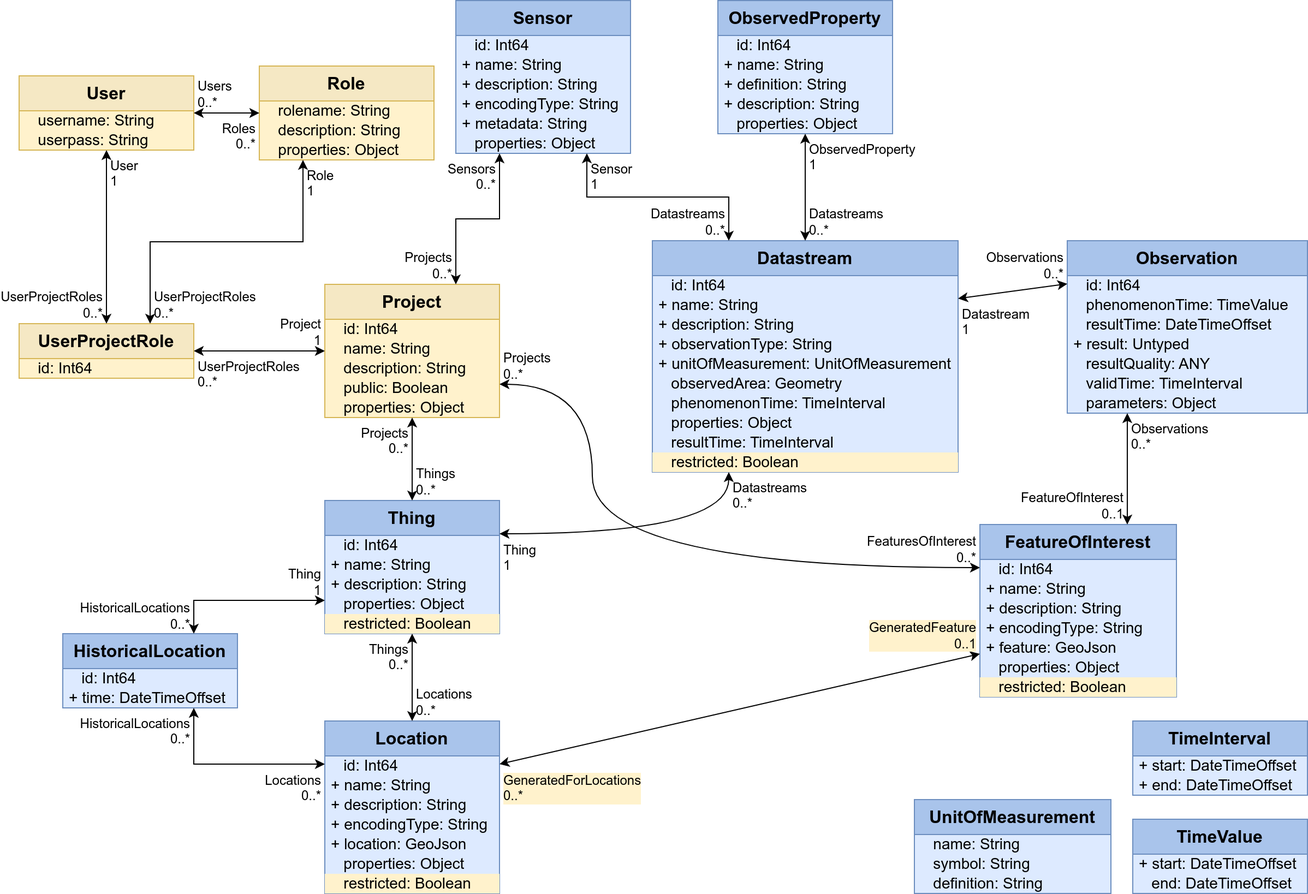
The draw.io diagram Datamodel-SensorThingsApi-Projects.drawio.png in hylkevds/FROST-Server.Plugin.Projects, before a commit. Source tidied: cells renumbered, new cells last; positions are measured from the earlier drawing's top-left corner, leaving out a move shared by most shapes.
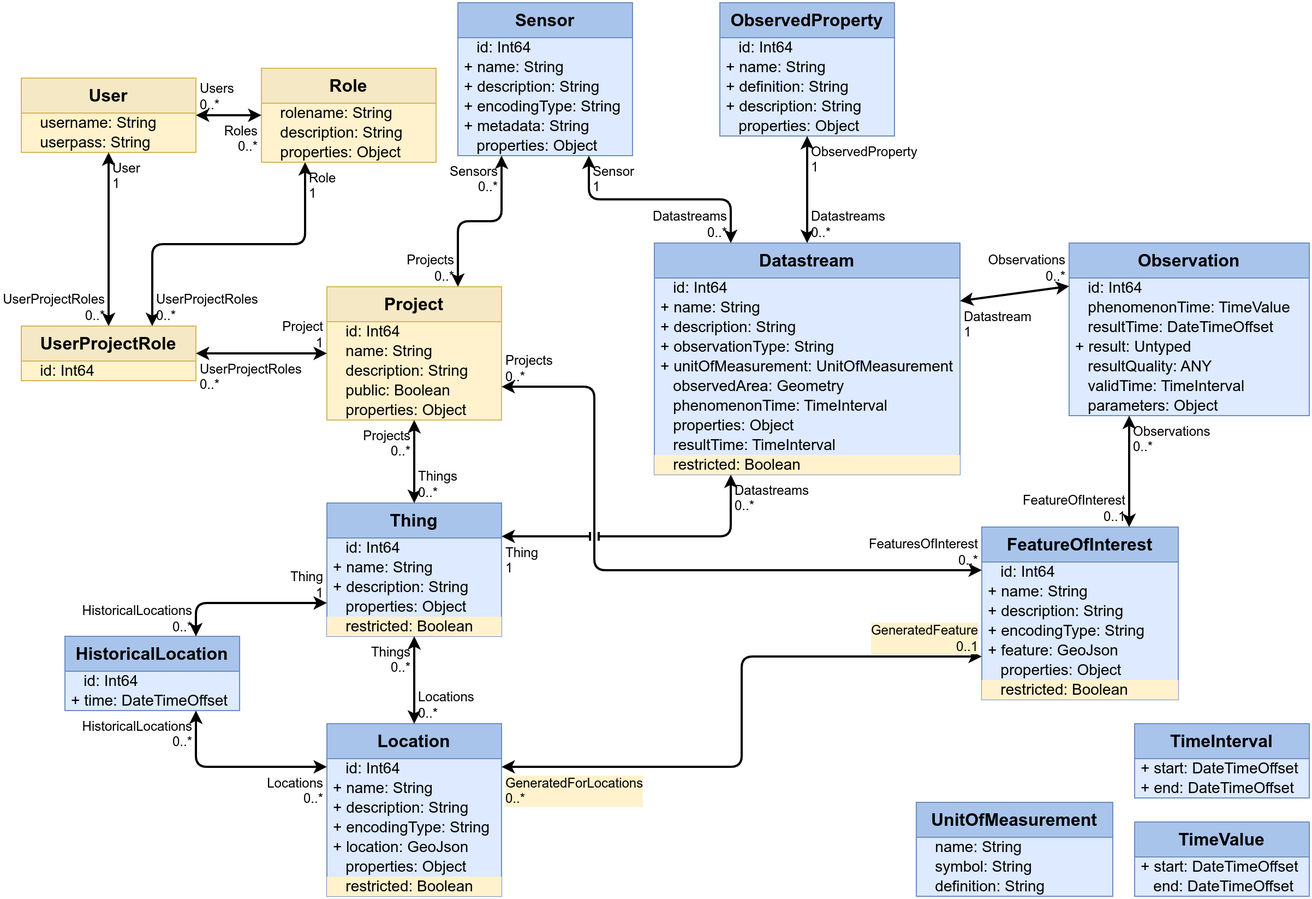
The same file after the commit.

Commit message:
Bumped FROST-Version to 2.3, prettified image

Diff of the diagram source:
```diff
@@ -92,7 +92,7 @@
     <mxCell id="31" value="&amp;nbsp;&amp;nbsp;&amp;nbsp;restricted: Boolean" style="text;strokeColor=none;fillColor=#FFF2CC;align=left;verticalAlign=middle;spacingLeft=4;spacingRight=4;overflow=visible;html=1;fontSize=14;" parent="24" vertex="1">
       <mxGeometry y="140" width="160" height="18" as="geometry" />
     </mxCell>
-    <mxCell id="32" style="endArrow=classic;startArrow=classic;html=1;rounded=0;noEdgeStyle=1;exitX=1;exitY=0.25;exitDx=0;exitDy=0;entryX=0;entryY=0.75;entryDx=0;entryDy=0;" parent="1" edge="1" source="24" target="13">
+    <mxCell id="32" style="endArrow=classic;startArrow=classic;html=1;rounded=1;exitX=1;exitY=0.25;exitDx=0;exitDy=0;entryX=0;entryY=0.75;entryDx=0;entryDy=0;strokeWidth=2;jumpStyle=line;edgeStyle=orthogonalEdgeStyle;" parent="1" edge="1" source="24" target="13">
       <mxGeometry relative="1" as="geometry" />
     </mxCell>
     <mxCell id="33" value="GeneratedForLocations&lt;br&gt;0..*" style="edgeLabel;html=1;align=left;verticalAlign=top;labelBackgroundColor=#FFF2CC;fontSize=12;spacingLeft=1;spacing=3;spacingRight=2;" parent="32" vertex="1">
@@ -101,7 +101,7 @@
     <mxCell id="34" value="GeneratedFeature&lt;br&gt;0..1" style="edgeLabel;html=1;align=right;verticalAlign=bottom;labelBackgroundColor=#FFF2CC;fontSize=12;spacingLeft=1;spacing=3;spacingRight=2;" parent="32" vertex="1">
       <mxGeometry x="1" relative="1" as="geometry" />
     </mxCell>
-    <mxCell id="35" style="endArrow=classic;startArrow=classic;html=1;rounded=0;edgeStyle=orthogonalEdgeStyle;entryX=0.75;entryY=1;entryDx=0;entryDy=0;exitX=0;exitY=0.25;exitDx=0;exitDy=0;" parent="1" edge="1" source="24" target="21">
+    <mxCell id="35" style="endArrow=classic;startArrow=classic;html=1;rounded=1;edgeStyle=orthogonalEdgeStyle;entryX=0.75;entryY=1;entryDx=0;entryDy=0;exitX=0;exitY=0.25;exitDx=0;exitDy=0;strokeWidth=2;curved=0;jumpStyle=line;" parent="1" edge="1" source="24" target="21">
       <mxGeometry relative="1" as="geometry" />
     </mxCell>
     <mxCell id="36" value="Locations&lt;br&gt;0..*" style="edgeLabel;html=1;align=right;verticalAlign=top;labelBackgroundColor=none;fontSize=12;spacingLeft=1;spacing=3;spacingRight=2;" parent="35" vertex="1">
@@ -134,7 +134,7 @@
     <mxCell id="45" value="&amp;nbsp;&amp;nbsp;&amp;nbsp;parameters: Object" style="text;strokeColor=none;fillColor=none;align=left;verticalAlign=middle;spacingLeft=4;spacingRight=4;overflow=visible;html=1;fontSize=14;" parent="38" vertex="1">
       <mxGeometry y="140" width="220" height="18" as="geometry" />
     </mxCell>
-    <mxCell id="46" style="endArrow=classic;startArrow=classic;html=1;rounded=0;entryX=1;entryY=0.25;entryDx=0;entryDy=0;exitX=0;exitY=0.25;exitDx=0;exitDy=0;" parent="1" edge="1" source="38" target="2">
+    <mxCell id="46" style="endArrow=classic;startArrow=classic;html=1;rounded=1;entryX=1;entryY=0.25;entryDx=0;entryDy=0;exitX=0;exitY=0.25;exitDx=0;exitDy=0;strokeWidth=2;curved=0;jumpStyle=line;" parent="1" edge="1" source="38" target="2">
       <mxGeometry relative="1" as="geometry" />
     </mxCell>
     <mxCell id="47" value="Observations&lt;br&gt;0..*" style="edgeLabel;html=1;align=right;verticalAlign=bottom;labelBackgroundColor=none;fontSize=12;spacingLeft=1;spacing=3;spacingRight=2;" parent="46" vertex="1">
@@ -143,7 +143,7 @@
     <mxCell id="48" value="Datastream&lt;br&gt;1" style="edgeLabel;html=1;align=left;verticalAlign=top;labelBackgroundColor=none;fontSize=12;spacingLeft=1;spacing=3;spacingRight=2;" parent="46" vertex="1">
       <mxGeometry x="1" relative="1" as="geometry" />
     </mxCell>
-    <mxCell id="49" style="endArrow=classic;startArrow=classic;html=1;rounded=0;edgeStyle=orthogonalEdgeStyle;entryX=0.75;entryY=0;entryDx=0;entryDy=0;exitX=0.25;exitY=1;exitDx=0;exitDy=0;" parent="1" edge="1" source="38" target="13">
+    <mxCell id="49" style="endArrow=classic;startArrow=classic;html=1;rounded=1;edgeStyle=orthogonalEdgeStyle;entryX=0.75;entryY=0;entryDx=0;entryDy=0;exitX=0.25;exitY=1;exitDx=0;exitDy=0;strokeWidth=2;curved=0;jumpStyle=line;" parent="1" edge="1" source="38" target="13">
       <mxGeometry relative="1" as="geometry" />
     </mxCell>
     <mxCell id="50" value="Observations&lt;br&gt;0..*" style="edgeLabel;html=1;align=left;verticalAlign=top;labelBackgroundColor=none;fontSize=12;spacingLeft=1;spacing=3;spacingRight=2;" parent="49" vertex="1">
@@ -170,7 +170,7 @@
     <mxCell id="57" value="&amp;nbsp;&amp;nbsp;&amp;nbsp;properties: Object" style="text;strokeColor=none;fillColor=none;align=left;verticalAlign=middle;spacingLeft=4;spacingRight=4;overflow=visible;html=1;fontSize=14;" parent="52" vertex="1">
       <mxGeometry y="104" width="160" height="18" as="geometry" />
     </mxCell>
-    <mxCell id="58" style="endArrow=classic;startArrow=classic;html=1;rounded=0;noEdgeStyle=1;" parent="1" edge="1" source="52" target="2">
+    <mxCell id="58" style="endArrow=classic;startArrow=classic;html=1;rounded=1;noEdgeStyle=1;strokeWidth=2;curved=0;jumpStyle=line;" parent="1" edge="1" source="52" target="2">
       <mxGeometry relative="1" as="geometry" />
     </mxCell>
     <mxCell id="59" value="ObservedProperty&lt;br&gt;1" style="edgeLabel;html=1;align=left;verticalAlign=top;labelBackgroundColor=none;fontSize=12;spacingLeft=1;spacing=3;spacingRight=2;" parent="58" vertex="1">
@@ -197,7 +197,7 @@
     <mxCell id="66" value="&amp;nbsp;&amp;nbsp;&amp;nbsp;properties: Object" style="text;strokeColor=none;fillColor=none;align=left;verticalAlign=middle;spacingLeft=4;spacingRight=4;overflow=visible;html=1;fontSize=14;" parent="61" vertex="1">
       <mxGeometry y="104" width="160" height="18" as="geometry" />
     </mxCell>
-    <mxCell id="67" style="endArrow=classic;startArrow=classic;html=1;rounded=0;entryX=0;entryY=0.25;entryDx=0;entryDy=0;edgeStyle=orthogonalEdgeStyle;curved=1;exitX=1;exitY=0.75;exitDx=0;exitDy=0;" parent="1" edge="1" source="61" target="13">
+    <mxCell id="67" style="endArrow=classic;startArrow=classic;html=1;rounded=1;entryX=0;entryY=0.25;entryDx=0;entryDy=0;edgeStyle=orthogonalEdgeStyle;curved=0;exitX=1;exitY=0.75;exitDx=0;exitDy=0;strokeWidth=2;jumpStyle=line;" parent="1" edge="1" source="61" target="13">
       <mxGeometry relative="1" as="geometry">
         <Array as="points">
           <mxPoint x="525" y="352" />
@@ -244,7 +244,7 @@
     <mxCell id="80" value="&amp;nbsp;&amp;nbsp;&amp;nbsp;properties: Object" style="text;strokeColor=none;fillColor=none;align=left;verticalAlign=middle;spacingLeft=4;spacingRight=4;overflow=visible;html=1;fontSize=14;" parent="74" vertex="1">
       <mxGeometry y="122" width="160" height="18" as="geometry" />
     </mxCell>
-    <mxCell id="81" style="endArrow=classic;startArrow=classic;html=1;rounded=0;exitX=0.75;exitY=1;exitDx=0;exitDy=0;entryX=0.25;entryY=0;entryDx=0;entryDy=0;edgeStyle=orthogonalEdgeStyle;" parent="1" edge="1" source="74" target="2">
+    <mxCell id="81" style="endArrow=classic;startArrow=classic;html=1;rounded=1;exitX=0.75;exitY=1;exitDx=0;exitDy=0;entryX=0.25;entryY=0;entryDx=0;entryDy=0;edgeStyle=orthogonalEdgeStyle;strokeWidth=2;curved=0;jumpStyle=line;" parent="1" edge="1" source="74" target="2">
       <mxGeometry relative="1" as="geometry" />
     </mxCell>
     <mxCell id="82" value="Sensor&lt;br&gt;1" style="edgeLabel;html=1;align=left;verticalAlign=top;labelBackgroundColor=none;fontSize=12;spacingLeft=1;spacing=3;spacingRight=2;" parent="81" vertex="1">
@@ -253,7 +253,7 @@
     <mxCell id="83" value="Datastreams&lt;br&gt;0..*" style="edgeLabel;html=1;align=right;verticalAlign=bottom;labelBackgroundColor=none;fontSize=12;spacingLeft=1;spacing=3;spacingRight=2;" parent="81" vertex="1">
       <mxGeometry x="1" relative="1" as="geometry" />
     </mxCell>
-    <mxCell id="84" style="endArrow=classic;startArrow=classic;html=1;rounded=0;edgeStyle=orthogonalEdgeStyle;exitX=0.25;exitY=1;exitDx=0;exitDy=0;entryX=0.75;entryY=0;entryDx=0;entryDy=0;" parent="1" edge="1" source="74" target="61">
+    <mxCell id="84" style="endArrow=classic;startArrow=classic;html=1;rounded=1;edgeStyle=orthogonalEdgeStyle;exitX=0.25;exitY=1;exitDx=0;exitDy=0;entryX=0.75;entryY=0;entryDx=0;entryDy=0;strokeWidth=2;curved=0;jumpStyle=line;" parent="1" edge="1" source="74" target="61">
       <mxGeometry relative="1" as="geometry" />
     </mxCell>
     <mxCell id="85" value="Sensors&lt;br&gt;0..*" style="edgeLabel;html=1;align=right;verticalAlign=top;labelBackgroundColor=none;fontSize=12;spacingLeft=1;spacing=3;spacingRight=2;" parent="84" vertex="1">
@@ -280,7 +280,7 @@
     <mxCell id="92" value="&amp;nbsp;&amp;nbsp;&amp;nbsp;restricted: Boolean" style="text;strokeColor=none;fillColor=#FFF2CC;align=left;verticalAlign=middle;spacingLeft=4;spacingRight=4;overflow=visible;html=1;fontSize=14;" parent="87" vertex="1">
       <mxGeometry y="104" width="160" height="18" as="geometry" />
     </mxCell>
-    <mxCell id="93" style="endArrow=classic;startArrow=classic;html=1;rounded=0;edgeStyle=orthogonalEdgeStyle;entryX=0.75;entryY=0;entryDx=0;entryDy=0;exitX=0;exitY=0.75;exitDx=0;exitDy=0;" parent="1" edge="1" source="87" target="21">
+    <mxCell id="93" style="endArrow=classic;startArrow=classic;html=1;rounded=1;edgeStyle=orthogonalEdgeStyle;entryX=0.75;entryY=0;entryDx=0;entryDy=0;exitX=0;exitY=0.75;exitDx=0;exitDy=0;strokeWidth=2;curved=0;jumpStyle=line;" parent="1" edge="1" source="87" target="21">
       <mxGeometry relative="1" as="geometry" />
     </mxCell>
     <mxCell id="94" value="Thing&lt;br&gt;1" style="edgeLabel;html=1;align=right;verticalAlign=bottom;labelBackgroundColor=none;fontSize=12;spacingLeft=1;spacing=3;spacingRight=2;" parent="93" vertex="1">
@@ -289,7 +289,7 @@
     <mxCell id="95" value="HistoricalLocations&lt;br&gt;0..*" style="edgeLabel;html=1;align=right;verticalAlign=bottom;labelBackgroundColor=none;fontSize=12;spacingLeft=1;spacing=3;spacingRight=2;" parent="93" vertex="1">
       <mxGeometry x="1" relative="1" as="geometry" />
     </mxCell>
-    <mxCell id="96" style="endArrow=classic;startArrow=classic;html=1;rounded=0;noEdgeStyle=1;" parent="1" edge="1" source="87" target="24">
+    <mxCell id="96" style="endArrow=classic;startArrow=classic;html=1;rounded=1;noEdgeStyle=1;strokeWidth=2;curved=0;jumpStyle=line;" parent="1" edge="1" source="87" target="24">
       <mxGeometry relative="1" as="geometry" />
     </mxCell>
     <mxCell id="97" value="Things&lt;br&gt;0..*" style="edgeLabel;html=1;align=right;verticalAlign=top;labelBackgroundColor=none;fontSize=12;spacingLeft=1;spacing=3;spacingRight=2;" parent="96" vertex="1">
@@ -298,7 +298,7 @@
     <mxCell id="98" value="Locations&lt;br&gt;0..*" style="edgeLabel;html=1;align=left;verticalAlign=bottom;labelBackgroundColor=none;fontSize=12;spacingLeft=1;spacing=3;spacingRight=2;" parent="96" vertex="1">
       <mxGeometry x="1" relative="1" as="geometry" />
     </mxCell>
-    <mxCell id="99" style="endArrow=classic;startArrow=classic;html=1;rounded=0;noEdgeStyle=1;" parent="1" edge="1" source="87" target="61">
+    <mxCell id="99" style="endArrow=classic;startArrow=classic;html=1;rounded=1;noEdgeStyle=1;strokeWidth=2;curved=0;jumpStyle=line;" parent="1" edge="1" source="87" target="61">
       <mxGeometry relative="1" as="geometry" />
     </mxCell>
     <mxCell id="100" value="Things&lt;br&gt;0..*" style="edgeLabel;html=1;align=left;verticalAlign=bottom;labelBackgroundColor=none;fontSize=12;spacingLeft=1;spacing=3;spacingRight=2;" parent="99" vertex="1">
@@ -307,7 +307,7 @@
     <mxCell id="101" value="Projects&lt;br&gt;0..*" style="edgeLabel;html=1;align=right;verticalAlign=top;labelBackgroundColor=none;fontSize=12;spacingLeft=1;spacing=3;spacingRight=2;" parent="99" vertex="1">
       <mxGeometry x="1" relative="1" as="geometry" />
     </mxCell>
-    <mxCell id="102" style="endArrow=classic;startArrow=classic;html=1;rounded=0;exitX=1;exitY=0.25;exitDx=0;exitDy=0;entryX=0.25;entryY=1;entryDx=0;entryDy=0;edgeStyle=orthogonalEdgeStyle;curved=1;" parent="1" edge="1" source="87" target="2">
+    <mxCell id="102" style="endArrow=classic;startArrow=classic;html=1;rounded=1;exitX=1;exitY=0.25;exitDx=0;exitDy=0;entryX=0.25;entryY=1;entryDx=0;entryDy=0;edgeStyle=orthogonalEdgeStyle;curved=0;strokeWidth=2;jumpStyle=line;" parent="1" edge="1" source="87" target="2">
       <mxGeometry relative="1" as="geometry" />
     </mxCell>
     <mxCell id="103" value="Thing&lt;br&gt;1" style="edgeLabel;html=1;align=left;verticalAlign=top;labelBackgroundColor=none;fontSize=12;spacingLeft=1;spacing=3;spacingRight=2;" parent="102" vertex="1">
@@ -325,7 +325,7 @@
     <mxCell id="107" value="&amp;nbsp;&amp;nbsp;&amp;nbsp;userpass: String" style="text;strokeColor=none;fillColor=none;align=left;verticalAlign=middle;spacingLeft=4;spacingRight=4;overflow=visible;html=1;fontSize=14;" parent="105" vertex="1">
       <mxGeometry y="50" width="160" height="18" as="geometry" />
     </mxCell>
-    <mxCell id="108" style="endArrow=classic;startArrow=classic;html=1;rounded=0;noEdgeStyle=1;" parent="1" edge="1" source="105" target="70">
+    <mxCell id="108" style="endArrow=classic;startArrow=classic;html=1;rounded=1;noEdgeStyle=1;strokeWidth=2;curved=0;jumpStyle=line;" parent="1" edge="1" source="105" target="70">
       <mxGeometry relative="1" as="geometry" />
     </mxCell>
     <mxCell id="109" value="Users&lt;br&gt;0..*" style="edgeLabel;html=1;align=left;verticalAlign=bottom;labelBackgroundColor=none;fontSize=12;spacingLeft=1;spacing=3;spacingRight=2;" parent="108" vertex="1">
@@ -340,7 +340,7 @@
     <mxCell id="112" value="&amp;nbsp;&amp;nbsp;&amp;nbsp;id: Int64" style="text;strokeColor=none;fillColor=none;align=left;verticalAlign=middle;spacingLeft=4;spacingRight=4;overflow=visible;html=1;fontSize=14;" parent="111" vertex="1">
       <mxGeometry y="32" width="160" height="18" as="geometry" />
     </mxCell>
-    <mxCell id="113" style="endArrow=classic;startArrow=classic;html=1;rounded=0;noEdgeStyle=1;" parent="1" edge="1" source="111" target="61">
+    <mxCell id="113" style="endArrow=classic;startArrow=classic;html=1;rounded=1;noEdgeStyle=1;strokeWidth=2;curved=0;jumpStyle=line;" parent="1" edge="1" source="111" target="61">
       <mxGeometry relative="1" as="geometry" />
     </mxCell>
     <mxCell id="114" value="UserProjectRoles&lt;br&gt;0..*" style="edgeLabel;html=1;align=left;verticalAlign=top;labelBackgroundColor=none;fontSize=12;spacingLeft=1;spacing=3;spacingRight=2;" parent="113" vertex="1">
@@ -349,7 +349,7 @@
     <mxCell id="115" value="Project&lt;br&gt;1" style="edgeLabel;html=1;align=right;verticalAlign=bottom;labelBackgroundColor=none;fontSize=12;spacingLeft=1;spacing=3;spacingRight=2;" parent="113" vertex="1">
       <mxGeometry x="1" relative="1" as="geometry" />
     </mxCell>
-    <mxCell id="116" style="endArrow=classic;startArrow=classic;html=1;rounded=0;exitX=0.75;exitY=0;exitDx=0;exitDy=0;edgeStyle=orthogonalEdgeStyle;entryX=0.25;entryY=1;entryDx=0;entryDy=0;" parent="1" edge="1" source="111" target="70">
+    <mxCell id="116" style="endArrow=classic;startArrow=classic;html=1;rounded=1;exitX=0.75;exitY=0;exitDx=0;exitDy=0;edgeStyle=orthogonalEdgeStyle;entryX=0.25;entryY=1;entryDx=0;entryDy=0;strokeWidth=2;curved=0;jumpStyle=line;" parent="1" edge="1" source="111" target="70">
       <mxGeometry relative="1" as="geometry" />
     </mxCell>
     <mxCell id="117" value="UserProjectRoles&lt;br&gt;0..*" style="edgeLabel;html=1;align=left;verticalAlign=bottom;labelBackgroundColor=none;fontSize=12;spacingLeft=1;spacing=3;spacingRight=2;" parent="116" vertex="1">
@@ -358,7 +358,7 @@
     <mxCell id="118" value="Role&lt;br&gt;1" style="edgeLabel;html=1;align=left;verticalAlign=top;labelBackgroundColor=none;fontSize=12;spacingLeft=1;spacing=3;spacingRight=2;" parent="116" vertex="1">
       <mxGeometry x="1" relative="1" as="geometry" />
     </mxCell>
-    <mxCell id="119" style="endArrow=classic;startArrow=classic;html=1;rounded=0;noEdgeStyle=1;exitX=0.5;exitY=0;exitDx=0;exitDy=0;" parent="1" edge="1" source="111" target="105">
+    <mxCell id="119" style="endArrow=classic;startArrow=classic;html=1;rounded=1;noEdgeStyle=1;exitX=0.5;exitY=0;exitDx=0;exitDy=0;strokeWidth=2;curved=0;jumpStyle=line;" parent="1" edge="1" source="111" target="105">
       <mxGeometry relative="1" as="geometry" />
     </mxCell>
     <mxCell id="120" value="UserProjectRoles&lt;br&gt;0..*" style="edgeLabel;html=1;align=right;verticalAlign=bottom;labelBackgroundColor=none;fontSize=12;spacingLeft=1;spacing=3;spacingRight=2;" parent="119" vertex="1">
```
